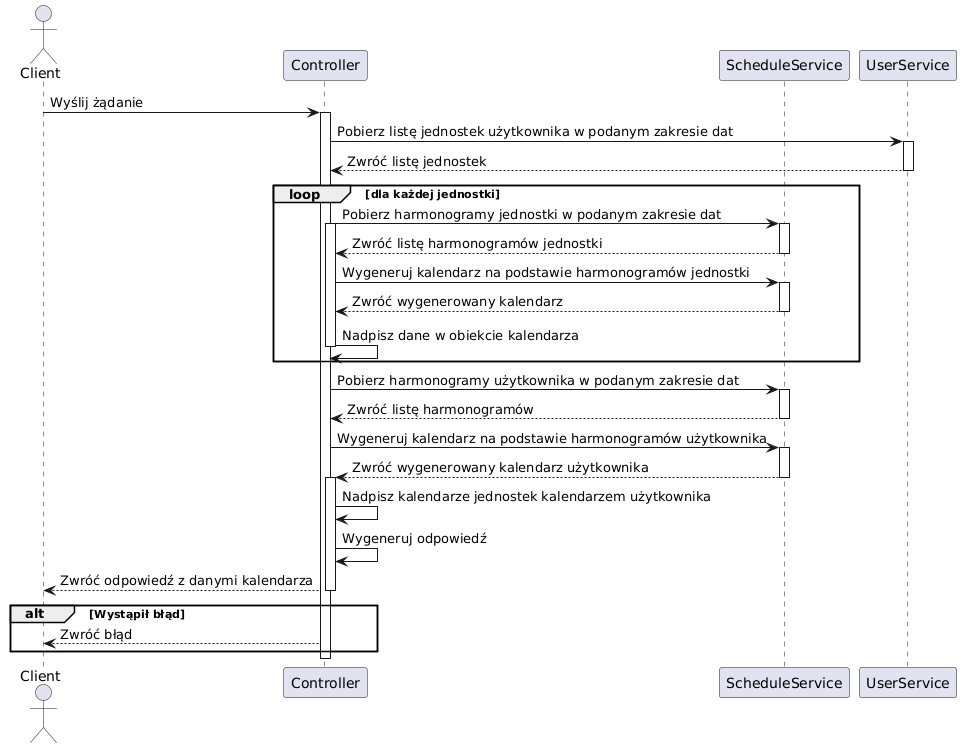
Above: WMS_Docs/thesis/graf/schSeq.png in p-marcol/WMS_System (PlantUML), before the change. Its diagram source:
```plantuml
@startuml
actor Client as User

participant "Controller" as C
participant "ScheduleService" as SS
participant "UserService" as US

User -> C: Wyślij żądanie
activate C

C -> US: Pobierz listę jednostek użytkownika w podanym zakresie dat
activate US
US --> C: Zwróć listę jednostek
deactivate US

loop dla każdej jednostki
    C -> SS: Pobierz harmonogramy jednostki w podanym zakresie dat
    activate C
    activate SS
    SS --> C: Zwróć listę harmonogramów jednostki
    deactivate SS
    C -> SS: Wygeneruj kalendarz na podstawie harmonogramów jednostki
    activate SS
    SS --> C: Zwróć wygenerowany kalendarz
    deactivate SS
    C -> C: Nadpisz dane w obiekcie kalendarza
    deactivate C
end

C -> SS: Pobierz harmonogramy użytkownika w podanym zakresie dat
activate SS
SS --> C: Zwróć listę harmonogramów
deactivate SS
C -> SS: Wygeneruj kalendarz na podstawie harmonogramów użytkownika
activate SS
SS --> C: Zwróć wygenerowany kalendarz użytkownika
deactivate SS

activate C
C->C : Nadpisz kalendarze jednostek kalendarzem użytkownika

C -> C: Wygeneruj odpowiedź

C --> User: Zwróć odpowiedź z danymi kalendarza

deactivate C

alt Wystąpił błąd
    C --> User: Zwróć błąd
end
deactivate C
@enduml
```
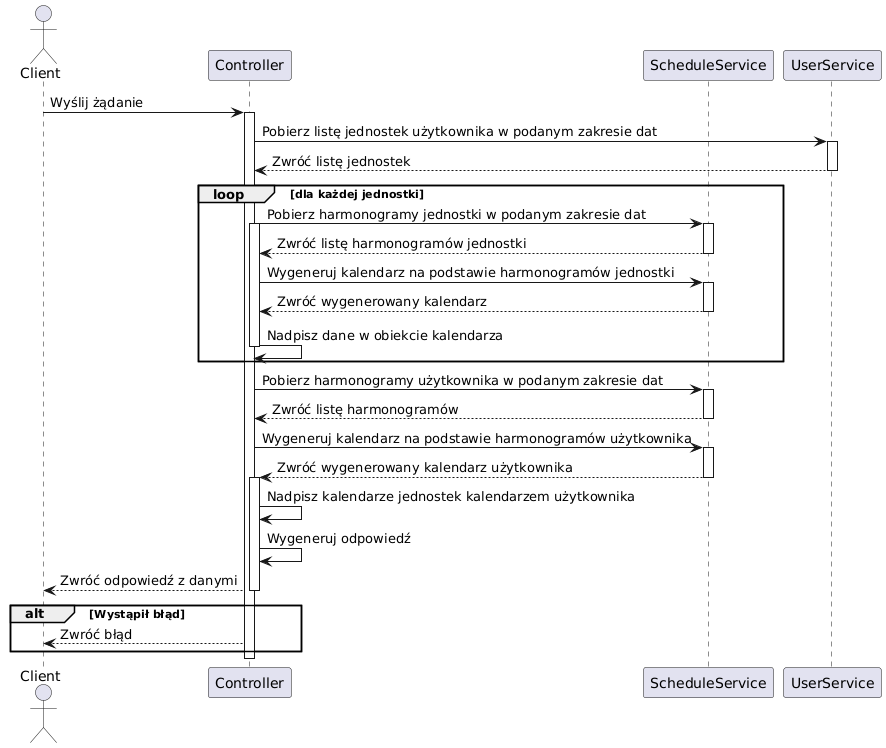
Above is the later version.

The edit, as a diff of the source:
```diff
@@ -41,7 +41,7 @@
 
 C -> C: Wygeneruj odpowiedź
 
-C --> User: Zwróć odpowiedź z danymi kalendarza
+C --> User: Zwróć odpowiedź z danymi
 
 deactivate C
 
```
